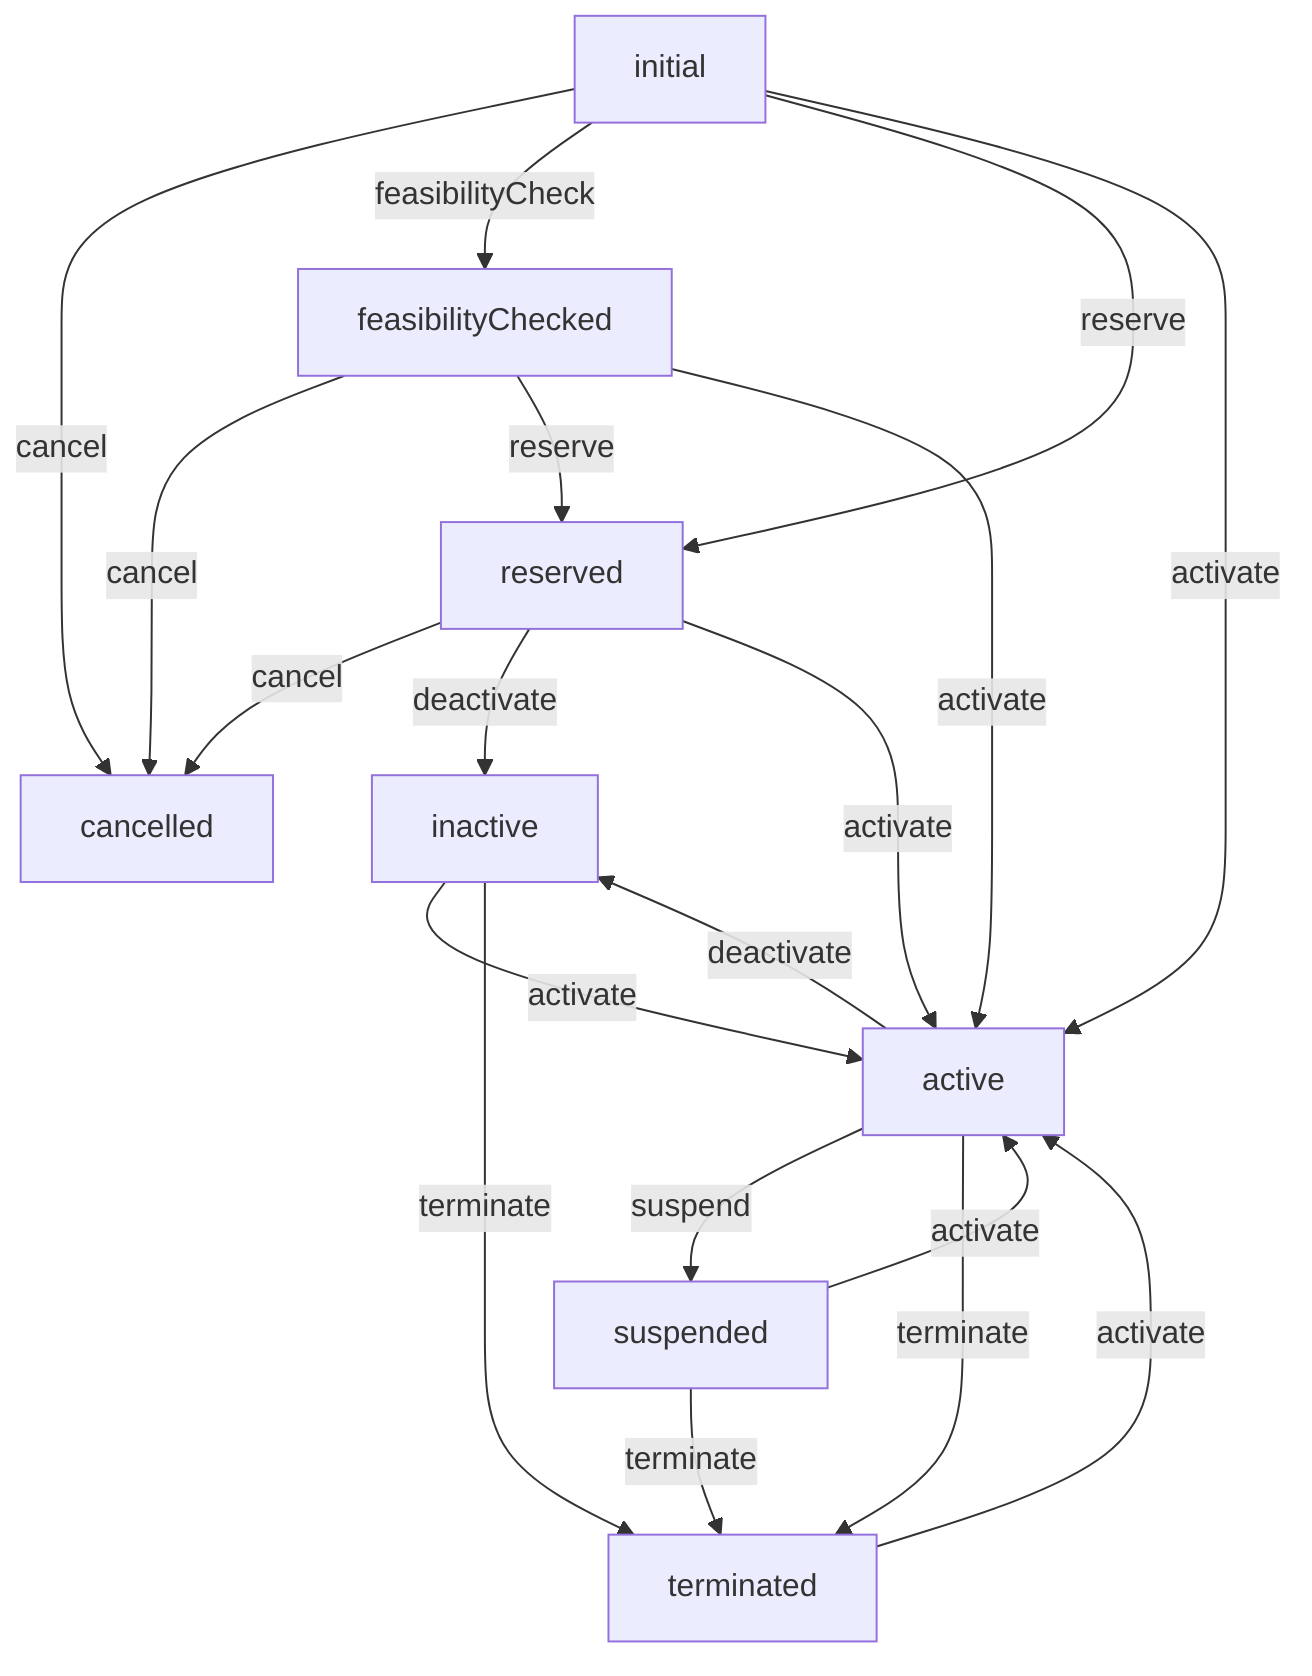
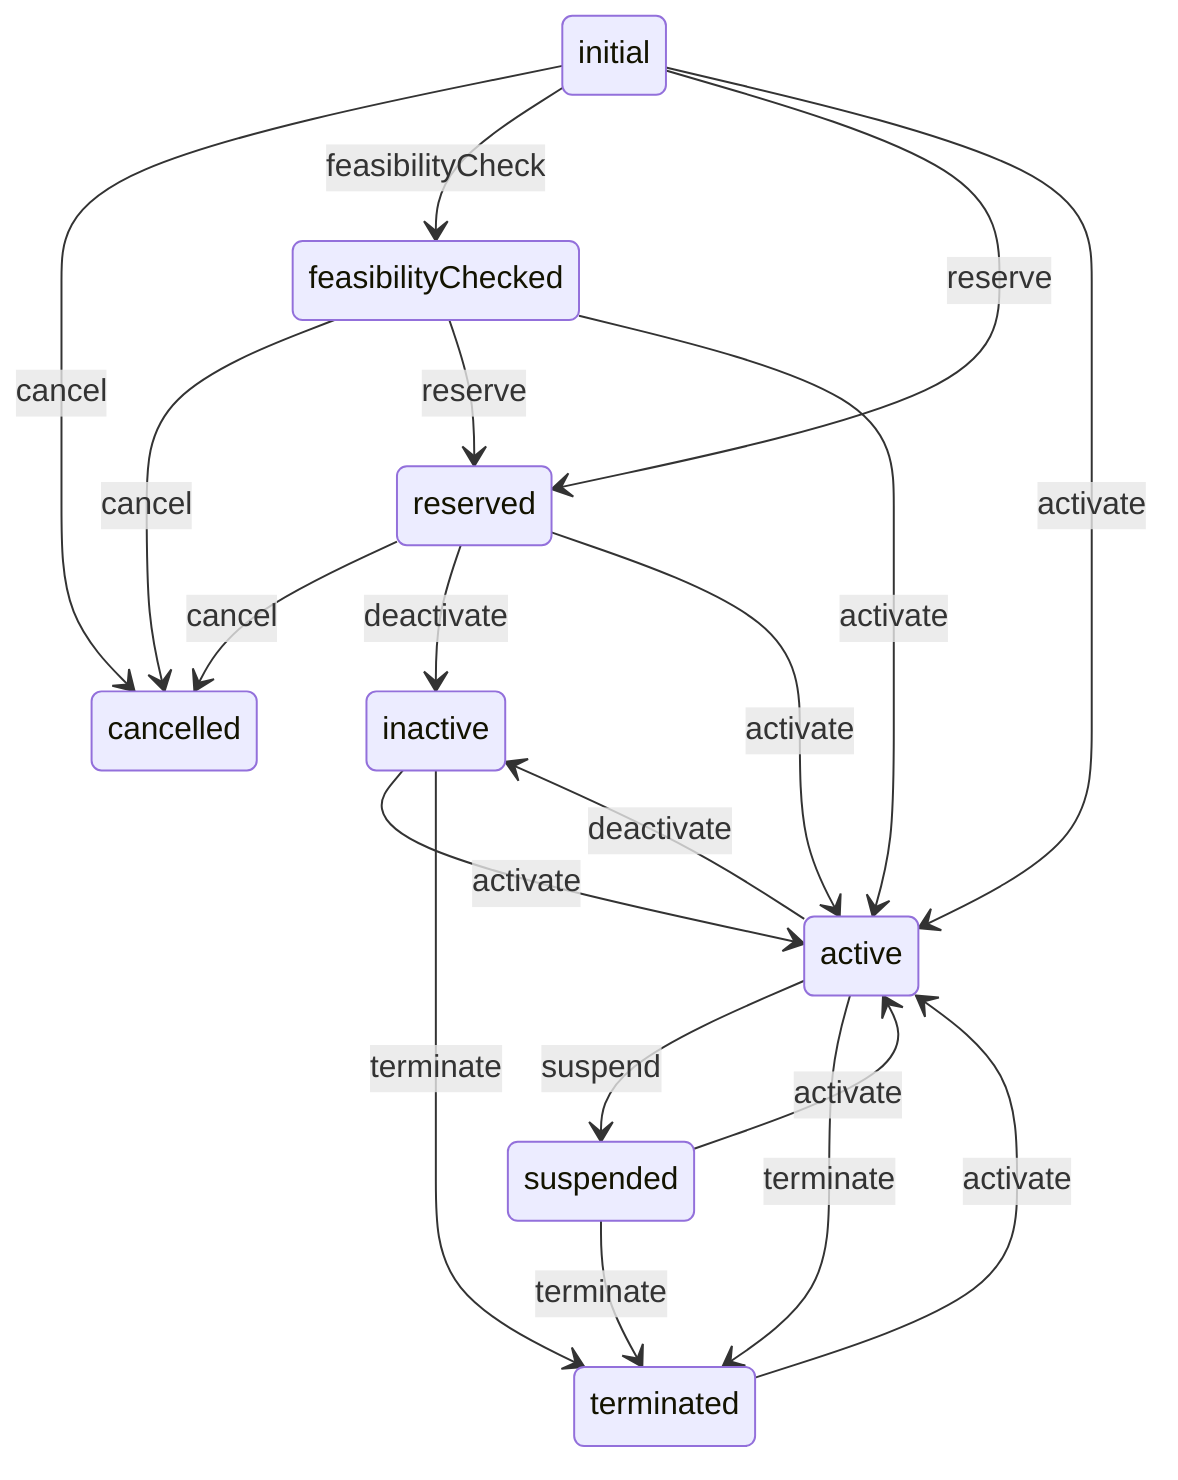
- flowchart TD
- initial --> |cancel| cancelled
- initial --> |feasibilityCheck| feasibilityChecked
- feasibilityChecked --> |cancel| cancelled
- feasibilityChecked --> |reserve| reserved
- reserved --> |cancel| cancelled
- reserved --> |deactivate| inactive
- inactive --> |activate| active
- active --> |deactivate| inactive
- active --> |suspend| suspended
- suspended --> |activate| active
- suspended --> |terminate| terminated
- terminated --> |activate| active
- active --> |terminate| terminated
- inactive --> |terminate| terminated
- reserved --> |activate| active
- feasibilityChecked --> |activate| active
- initial --> |reserve| reserved
- initial --> |activate| active+ stateDiagram-v2
+ initial --> cancelled: cancel
+ initial --> feasibilityChecked: feasibilityCheck
+ feasibilityChecked --> cancelled: cancel
+ feasibilityChecked --> reserved: reserve
+ reserved --> cancelled: cancel
+ reserved --> inactive: deactivate
+ inactive --> active: activate
+ active --> inactive: deactivate
+ active --> suspended: suspend
+ suspended --> active: activate
+ suspended --> terminated: terminate
+ terminated --> active: activate
+ active --> terminated: terminate
+ inactive --> terminated: terminate
+ reserved --> active: activate
+ feasibilityChecked --> active: activate
+ initial --> reserved: reserve
+ initial --> active: activate